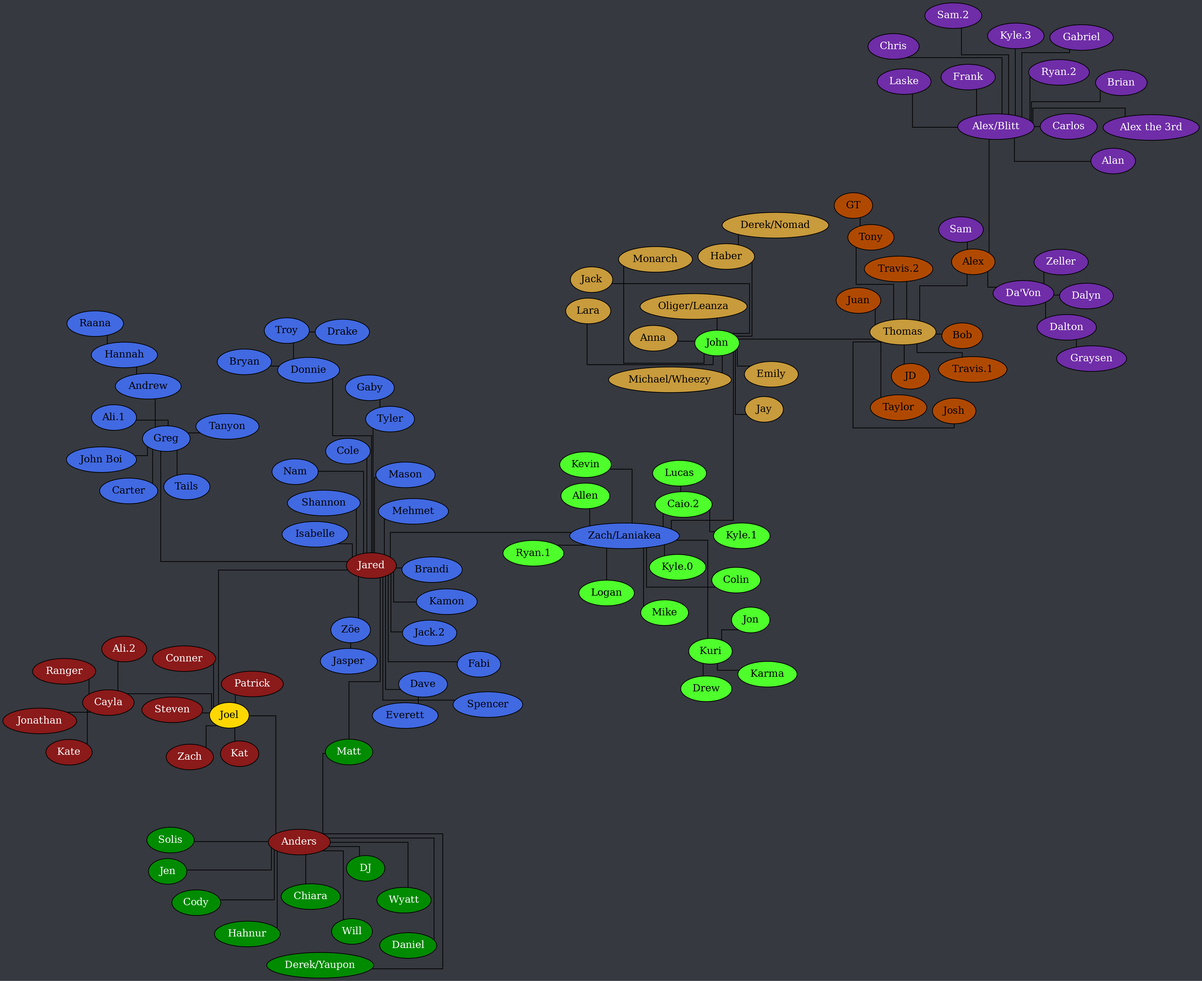
Documidas/CoronaCatzFamilyTree keeps this Graphviz diagram as tree.png. Above is the earlier version. Its source is kept beside it as tree.dot.
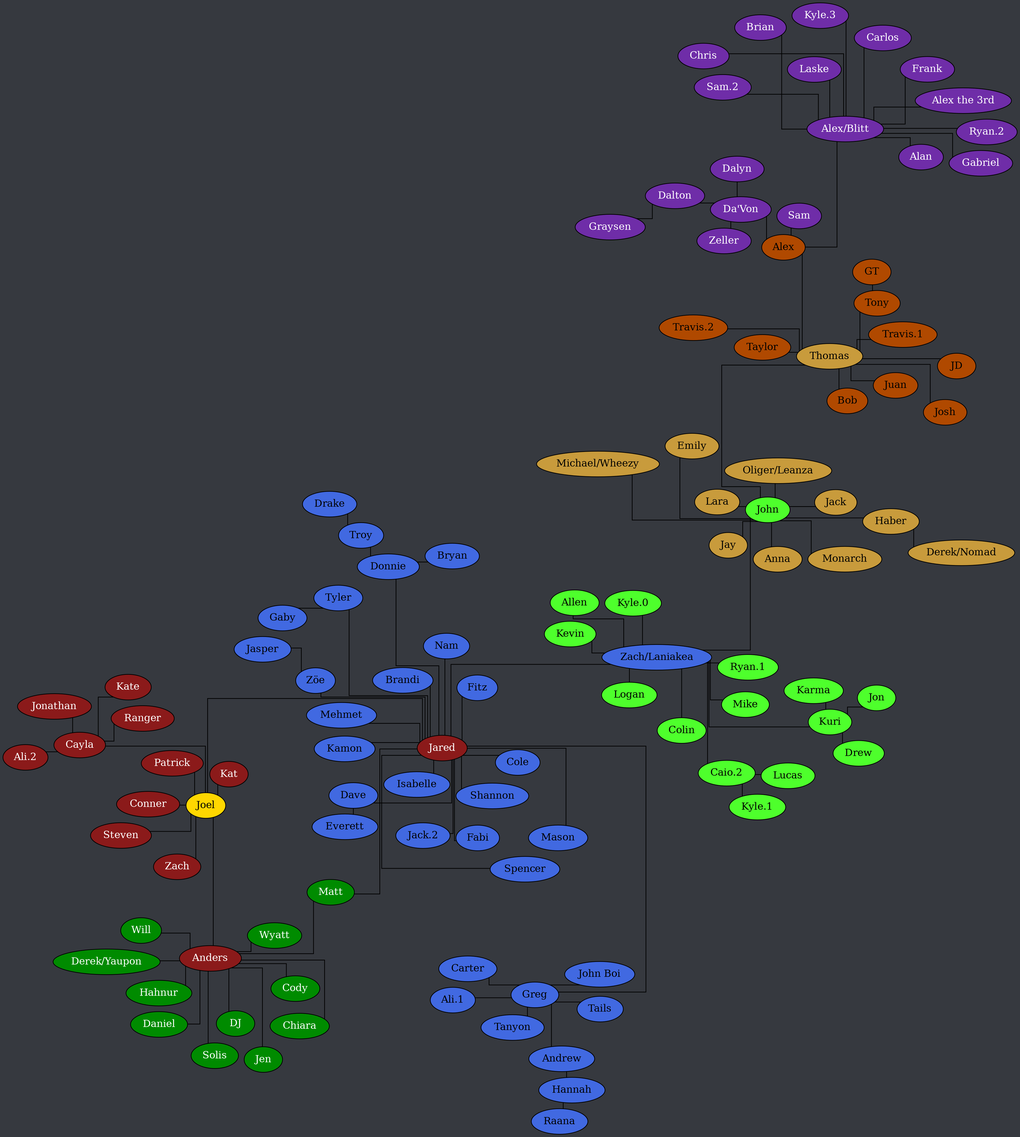
Above is the later version.

Change to the diagram source:
```diff
@@ -65,6 +65,7 @@
 		Jared -- Fabi;
 		Jared -- "Jack.2";
 		Jared -- Cole;
+		Jared -- Fitz;
 		Jared -- Kamon;
 		Jared -- Greg;
 		Jared -- Isabelle;
```
